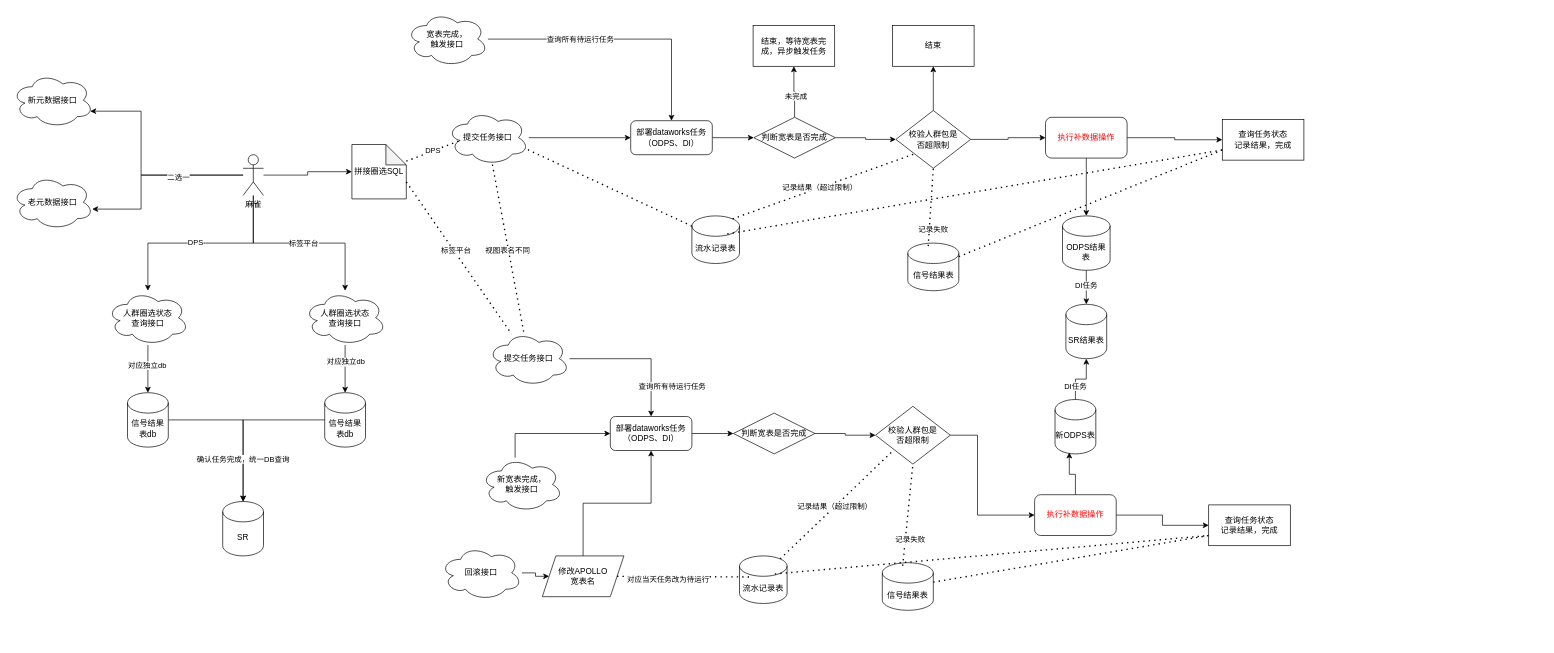
The draw.io diagram 人群圈选整体流程.drawio in 1418956397/JavaWeb-Project-Source-Share, before the edit. Source tidied: cells renumbered, new cells numbered last; positions are measured from the earlier drawing's top-left corner, leaving out a move shared by most shapes. Both pictures are drawn from the tidied source at 68%, with x=0, y=0 at pixel (12, 12).
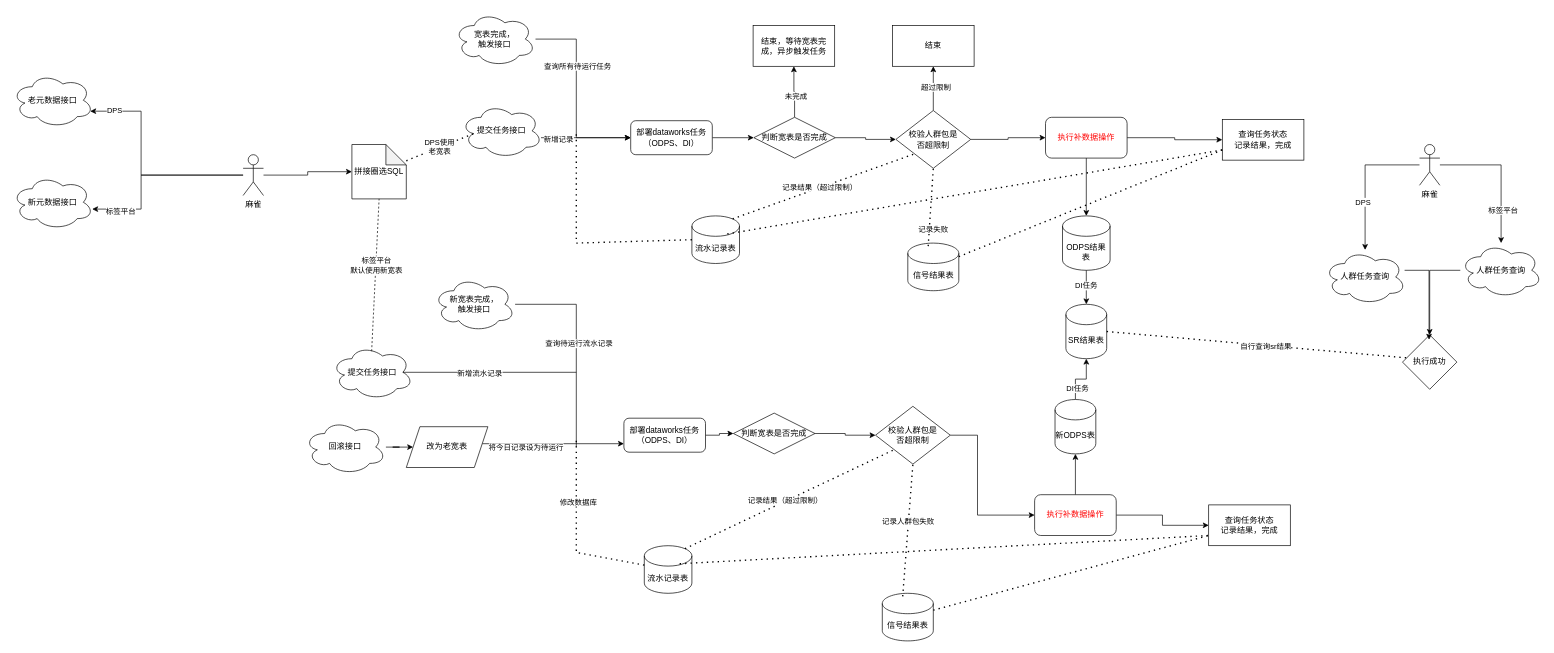
The same page after the edit.

Commit message:
更新人群圈选整体流程.drawio

The change refers to these unchanged cells:
```xml
<mxCell id="4" style="edgeStyle=orthogonalEdgeStyle;rounded=0;jettySize=auto;html=1;" parent="1" edge="1" target="3">
  <mxGeometry relative="1" as="geometry">
    <mxPoint x="340" y="240" as="sourcePoint" />
    <Array as="points">
      <mxPoint x="190" y="240" />
      <mxPoint x="190" y="290" />
    </Array>
  </mxGeometry>
</mxCell>
<mxCell id="6" value="麻雀" style="shape=umlActor;verticalLabelPosition=bottom;verticalAlign=top;html=1;outlineConnect=0;" parent="1" vertex="1">
  <mxGeometry x="340" y="210" width="30" height="60" as="geometry" />
</mxCell>
<mxCell id="7" style="edgeStyle=orthogonalEdgeStyle;rounded=0;jettySize=auto;html=1;entryX=0.96;entryY=0.7;entryDx=0;entryDy=0;entryPerimeter=0;" parent="1" edge="1" source="6" target="2">
  <mxGeometry relative="1" as="geometry">
    <Array as="points">
      <mxPoint x="190" y="240" />
      <mxPoint x="190" y="146" />
    </Array>
  </mxGeometry>
</mxCell>
<mxCell id="9" value="拼接圈选SQL" style="shape=note;whiteSpace=wrap;html=1;backgroundOutline=1;darkOpacity=0.05;" parent="1" vertex="1">
  <mxGeometry x="500" y="195" width="80" height="80" as="geometry" />
</mxCell>
<mxCell id="10" value="流水记录表" style="shape=cylinder3;whiteSpace=wrap;html=1;boundedLbl=1;backgroundOutline=1;size=15;" parent="1" vertex="1">
  <mxGeometry x="1000" y="300" width="70" height="70" as="geometry" />
</mxCell>
<mxCell id="19" value="部署dataworks任务&lt;div&gt;（ODPS、DI）&lt;/div&gt;" style="rounded=1;whiteSpace=wrap;html=1;" parent="1" vertex="1">
  <mxGeometry x="910" y="160" width="120" height="50" as="geometry" />
</mxCell>
<mxCell id="27" style="edgeStyle=orthogonalEdgeStyle;rounded=0;jettySize=auto;html=1;" parent="1" edge="1" source="29" target="30">
  <mxGeometry relative="1" as="geometry" />
</mxCell>
<mxCell id="60" value="SR结果表" style="shape=cylinder3;whiteSpace=wrap;html=1;boundedLbl=1;backgroundOutline=1;size=15;" parent="1" vertex="1">
  <mxGeometry x="1550" y="430" width="60" height="80" as="geometry" />
</mxCell>
<mxCell id="76" style="endArrow=none;dashed=1;html=1;dashPattern=1 3;strokeWidth=2;rounded=0;entryX=0.5;entryY=1;entryDx=0;entryDy=0;exitX=0.4;exitY=0.064;exitDx=0;exitDy=0;exitPerimeter=0;" parent="1" edge="1" source="75" target="72">
  <mxGeometry relative="1" as="geometry" />
</mxCell>
<mxCell id="79" value="&lt;font color=&quot;#ff0000&quot;&gt;执行补数据操作&lt;/font&gt;" style="rounded=1;whiteSpace=wrap;html=1;" parent="1" vertex="1">
  <mxGeometry x="1504" y="710" width="120" height="60" as="geometry" />
</mxCell>
```

What changed in the source:
```diff
@@
-    <mxCell id="2" value="新元数据接口" style="ellipse;shape=cloud;whiteSpace=wrap;html=1;" parent="1" vertex="1">
+    <mxCell id="2" value="老元数据接口" style="ellipse;shape=cloud;whiteSpace=wrap;html=1;" parent="1" vertex="1">
       <mxGeometry y="90" width="120" height="80" as="geometry" />
     </mxCell>
-    <mxCell id="3" value="老元数据接口" style="ellipse;shape=cloud;whiteSpace=wrap;html=1;" parent="1" vertex="1">
+    <mxCell id="3" value="新元数据接口" style="ellipse;shape=cloud;whiteSpace=wrap;html=1;" parent="1" vertex="1">
       <mxGeometry y="240" width="120" height="80" as="geometry" />
     </mxCell>
@@
+    <mxCell id="96" value="标签平台" style="edgeLabel;html=1;align=center;verticalAlign=middle;" parent="4" vertex="1">
+      <mxGeometry x="0.7" y="3" relative="1" as="geometry" />
+    </mxCell>
@@
-    <mxCell id="8" value="二选一" style="edgeLabel;html=1;align=center;verticalAlign=middle;" parent="7" vertex="1">
-      <mxGeometry x="-0.4" y="2" relative="1" as="geometry" />
-    </mxCell>
+    <mxCell id="97" value="DPS" style="edgeLabel;html=1;align=center;verticalAlign=middle;" parent="7" vertex="1">
+      <mxGeometry x="0.78" y="-2" relative="1" as="geometry" />
+    </mxCell>
@@
     <mxCell id="11" style="edgeStyle=orthogonalEdgeStyle;rounded=0;jettySize=auto;html=1;entryX=0;entryY=0.5;entryDx=0;entryDy=0;" parent="1" edge="1" source="12" target="19">
-      <mxGeometry relative="1" as="geometry" />
+      <mxGeometry relative="1" as="geometry">
+        <Array as="points">
+          <mxPoint x="810" y="185" />
+          <mxPoint x="810" y="185" />
+        </Array>
+      </mxGeometry>
     </mxCell>
+    <mxCell id="98" value="新增记录" style="edgeLabel;html=1;align=center;verticalAlign=middle;" parent="11" vertex="1">
+      <mxGeometry x="-0.62" y="-2" relative="1" as="geometry" />
+    </mxCell>
     <mxCell id="12" value="提交任务接口" style="ellipse;shape=cloud;whiteSpace=wrap;html=1;" parent="1" vertex="1">
-      <mxGeometry x="640" y="145" width="120" height="80" as="geometry" />
+      <mxGeometry x="660" y="135" width="120" height="80" as="geometry" />
     </mxCell>
-    <mxCell id="13" style="edgeStyle=orthogonalEdgeStyle;rounded=0;jettySize=auto;html=1;" parent="1" edge="1" source="14" target="68">
-      <mxGeometry relative="1" as="geometry" />
-    </mxCell>
     <mxCell id="14" value="提交任务接口" style="ellipse;shape=cloud;whiteSpace=wrap;html=1;" parent="1" vertex="1">
-      <mxGeometry x="700" y="470" width="120" height="80" as="geometry" />
+      <mxGeometry x="470" y="490" width="120" height="80" as="geometry" />
     </mxCell>
-    <mxCell id="15" value="DPS" style="endArrow=none;dashed=1;html=1;dashPattern=1 3;strokeWidth=2;rounded=0;entryX=0.16;entryY=0.55;entryDx=0;entryDy=0;entryPerimeter=0;" parent="1" edge="1" source="9" target="12">
+    <mxCell id="15" value="DPS使用&lt;div&gt;老宽表&lt;/div&gt;" style="endArrow=none;dashed=1;html=1;dashPattern=1 3;strokeWidth=2;rounded=0;entryX=0.16;entryY=0.55;entryDx=0;entryDy=0;entryPerimeter=0;" parent="1" edge="1" source="9" target="12">
       <mxGeometry relative="1" as="geometry" />
     </mxCell>
-    <mxCell id="16" style="endArrow=none;dashed=1;html=1;dashPattern=1 3;strokeWidth=2;rounded=0;exitX=0;exitY=0;exitDx=80;exitDy=55;exitPerimeter=0;" parent="1" edge="1" source="9" target="14">
-      <mxGeometry relative="1" as="geometry" />
-    </mxCell>
-    <mxCell id="17" value="标签平台" style="edgeLabel;html=1;align=center;verticalAlign=middle;" parent="16" vertex="1">
-      <mxGeometry x="-0.09" y="2" relative="1" as="geometry" />
-    </mxCell>
@@
-    <mxCell id="20" style="endArrow=none;dashed=1;html=1;dashPattern=1 3;strokeWidth=2;rounded=0;entryX=0.55;entryY=0.95;entryDx=0;entryDy=0;entryPerimeter=0;" parent="1" edge="1" source="14" target="12">
-      <mxGeometry relative="1" as="geometry" />
-    </mxCell>
-    <mxCell id="21" value="视图表名不同" style="edgeLabel;html=1;align=center;verticalAlign=middle;" parent="20" vertex="1">
-      <mxGeometry x="-0.04" y="2" relative="1" as="geometry" />
-    </mxCell>
@@
+    <mxCell id="99" value="超过限制" style="edgeLabel;html=1;align=center;verticalAlign=middle;" parent="27" vertex="1">
+      <mxGeometry x="0.08" y="-3" relative="1" as="geometry" />
+    </mxCell>
@@
-    <mxCell id="31" style="endArrow=none;dashed=1;html=1;dashPattern=1 3;strokeWidth=2;rounded=0;entryX=0.96;entryY=0.7;entryDx=0;entryDy=0;entryPerimeter=0;exitX=0;exitY=0;exitDx=0;exitDy=15;exitPerimeter=0;" parent="1" edge="1" source="10" target="12">
-      <mxGeometry relative="1" as="geometry" />
-    </mxCell>
@@
     <mxCell id="37" style="edgeStyle=orthogonalEdgeStyle;rounded=0;jettySize=auto;html=1;" parent="1" edge="1" source="39" target="19">
-      <mxGeometry relative="1" as="geometry" />
+      <mxGeometry relative="1" as="geometry">
+        <Array as="points">
+          <mxPoint x="830" y="40" />
+          <mxPoint x="830" y="185" />
+        </Array>
+      </mxGeometry>
     </mxCell>
@@
     <mxCell id="39" value="宽表完成，&lt;div&gt;触发接口&lt;/div&gt;" style="ellipse;shape=cloud;whiteSpace=wrap;html=1;" parent="1" vertex="1">
-      <mxGeometry x="580" width="120" height="80" as="geometry" />
+      <mxGeometry x="650" width="120" height="80" as="geometry" />
     </mxCell>
@@
-    <mxCell id="46" style="edgeStyle=orthogonalEdgeStyle;rounded=0;jettySize=auto;html=1;" parent="1" edge="1" source="48" target="57">
-      <mxGeometry relative="1" as="geometry" />
-    </mxCell>
-    <mxCell id="47" value="对应独立db" style="edgeLabel;html=1;align=center;verticalAlign=middle;" parent="46" vertex="1">
-      <mxGeometry x="-0.21" y="-2" relative="1" as="geometry">
-        <mxPoint y="1" as="offset" />
-      </mxGeometry>
-    </mxCell>
-    <mxCell id="48" value="人群圈选状态&lt;div&gt;查询接口&lt;/div&gt;" style="ellipse;shape=cloud;whiteSpace=wrap;html=1;" parent="1" vertex="1">
-      <mxGeometry x="140" y="410" width="120" height="80" as="geometry" />
-    </mxCell>
-    <mxCell id="49" style="edgeStyle=orthogonalEdgeStyle;rounded=0;jettySize=auto;html=1;" parent="1" edge="1" source="6" target="48">
-      <mxGeometry relative="1" as="geometry">
-        <Array as="points">
-          <mxPoint x="355" y="340" />
-          <mxPoint x="200" y="340" />
-        </Array>
-      </mxGeometry>
-    </mxCell>
-    <mxCell id="50" value="DPS" style="edgeLabel;html=1;align=center;verticalAlign=middle;" parent="49" vertex="1">
-      <mxGeometry x="0.06" y="-2" relative="1" as="geometry" />
-    </mxCell>
-    <mxCell id="51" style="edgeStyle=orthogonalEdgeStyle;rounded=0;jettySize=auto;html=1;" parent="1" edge="1" source="53" target="58">
-      <mxGeometry relative="1" as="geometry" />
-    </mxCell>
-    <mxCell id="52" value="对应独立db" style="edgeLabel;html=1;align=center;verticalAlign=middle;" parent="51" vertex="1">
-      <mxGeometry x="-0.33" relative="1" as="geometry">
-        <mxPoint y="1" as="offset" />
-      </mxGeometry>
-    </mxCell>
-    <mxCell id="53" value="人群圈选状态&lt;div&gt;查询接口&lt;/div&gt;" style="ellipse;shape=cloud;whiteSpace=wrap;html=1;" parent="1" vertex="1">
-      <mxGeometry x="430" y="410" width="120" height="80" as="geometry" />
-    </mxCell>
-    <mxCell id="54" style="edgeStyle=orthogonalEdgeStyle;rounded=0;jettySize=auto;html=1;" parent="1" edge="1" source="6" target="53">
-      <mxGeometry relative="1" as="geometry">
-        <Array as="points">
-          <mxPoint x="355" y="340" />
-          <mxPoint x="490" y="340" />
-        </Array>
-      </mxGeometry>
-    </mxCell>
-    <mxCell id="55" value="标签平台" style="edgeLabel;html=1;align=center;verticalAlign=middle;" parent="54" vertex="1">
-      <mxGeometry x="0.04" y="1" relative="1" as="geometry">
-        <mxPoint y="1" as="offset" />
-      </mxGeometry>
-    </mxCell>
-    <mxCell id="56" style="edgeStyle=orthogonalEdgeStyle;rounded=0;jettySize=auto;html=1;" parent="1" edge="1" source="57" target="63">
-      <mxGeometry relative="1" as="geometry" />
-    </mxCell>
-    <mxCell id="57" value="信号结果表db" style="shape=cylinder3;whiteSpace=wrap;html=1;boundedLbl=1;backgroundOutline=1;size=15;" parent="1" vertex="1">
-      <mxGeometry x="170" y="560" width="60" height="80" as="geometry" />
-    </mxCell>
-    <mxCell id="58" value="信号结果表db" style="shape=cylinder3;whiteSpace=wrap;html=1;boundedLbl=1;backgroundOutline=1;size=15;" parent="1" vertex="1">
-      <mxGeometry x="460" y="560" width="60" height="80" as="geometry" />
-    </mxCell>
@@
-    <mxCell id="63" value="SR" style="shape=cylinder3;whiteSpace=wrap;html=1;boundedLbl=1;backgroundOutline=1;size=15;" parent="1" vertex="1">
-      <mxGeometry x="310" y="720" width="60" height="80" as="geometry" />
-    </mxCell>
-    <mxCell id="64" style="edgeStyle=orthogonalEdgeStyle;rounded=0;jettySize=auto;html=1;entryX=0.5;entryY=0;entryDx=0;entryDy=0;entryPerimeter=0;" parent="1" edge="1" source="58" target="63">
-      <mxGeometry relative="1" as="geometry" />
-    </mxCell>
-    <mxCell id="65" value="确认任务完成，统一DB查询" style="edgeLabel;html=1;align=center;verticalAlign=middle;" parent="64" vertex="1">
-      <mxGeometry x="0.47" y="-1" relative="1" as="geometry">
-        <mxPoint y="1" as="offset" />
-      </mxGeometry>
-    </mxCell>
     <mxCell id="66" value="流水记录表" style="shape=cylinder3;whiteSpace=wrap;html=1;boundedLbl=1;backgroundOutline=1;size=15;" parent="1" vertex="1">
-      <mxGeometry x="1070" y="800" width="70" height="70" as="geometry" />
+      <mxGeometry x="930" y="785" width="70" height="70" as="geometry" />
     </mxCell>
@@
     <mxCell id="68" value="部署dataworks任务&lt;div&gt;（ODPS、DI）&lt;/div&gt;" style="rounded=1;whiteSpace=wrap;html=1;" parent="1" vertex="1">
-      <mxGeometry x="880" y="595" width="120" height="50" as="geometry" />
+      <mxGeometry x="900" y="597.5" width="120" height="50" as="geometry" />
     </mxCell>
@@
     <mxCell id="75" value="信号结果表" style="shape=cylinder3;whiteSpace=wrap;html=1;boundedLbl=1;backgroundOutline=1;size=15;" parent="1" vertex="1">
-      <mxGeometry x="1280" y="810" width="75" height="70" as="geometry" />
+      <mxGeometry x="1280" y="855" width="75" height="70" as="geometry" />
     </mxCell>
@@
-    <mxCell id="77" value="记录失败" style="edgeLabel;html=1;align=center;verticalAlign=middle;" parent="76" vertex="1">
+    <mxCell id="77" value="记录人群包失败" style="edgeLabel;html=1;align=center;verticalAlign=middle;" parent="76" vertex="1">
       <mxGeometry x="-0.17" y="-2" relative="1" as="geometry">
-        <mxPoint x="2" y="23" as="offset" />
+        <mxPoint x="-1" y="-29" as="offset" />
       </mxGeometry>
     </mxCell>
@@
+    <mxCell id="93" style="edgeStyle=orthogonalEdgeStyle;rounded=0;jettySize=auto;html=1;" parent="1" edge="1" source="79" target="92">
+      <mxGeometry relative="1" as="geometry" />
+    </mxCell>
@@
-    <mxCell id="83" value="查询所有待运行任务" style="edgeLabel;html=1;align=center;verticalAlign=middle;" parent="1" vertex="1">
-      <mxGeometry x="970" y="550" as="geometry" />
-    </mxCell>
-    <mxCell id="84" style="edgeStyle=orthogonalEdgeStyle;rounded=0;jettySize=auto;html=1;entryX=0;entryY=0.5;entryDx=0;entryDy=0;" parent="1" edge="1" source="85" target="68">
-      <mxGeometry relative="1" as="geometry">
-        <Array as="points">
-          <mxPoint x="740" y="620" />
-        </Array>
-      </mxGeometry>
-    </mxCell>
     <mxCell id="85" value="新宽表完成，&lt;div&gt;触发接口&lt;/div&gt;" style="ellipse;shape=cloud;whiteSpace=wrap;html=1;" parent="1" vertex="1">
-      <mxGeometry x="690" y="655" width="120" height="80" as="geometry" />
+      <mxGeometry x="620" y="390" width="120" height="80" as="geometry" />
     </mxCell>
@@
     <mxCell id="87" value="回滚接口" style="ellipse;shape=cloud;whiteSpace=wrap;html=1;" parent="1" vertex="1">
-      <mxGeometry x="630" y="785" width="120" height="80" as="geometry" />
+      <mxGeometry x="430" y="600" width="120" height="80" as="geometry" />
     </mxCell>
-    <mxCell id="88" style="edgeStyle=orthogonalEdgeStyle;rounded=0;jettySize=auto;html=1;entryX=0.5;entryY=1;entryDx=0;entryDy=0;" parent="1" edge="1" source="89" target="68">
-      <mxGeometry relative="1" as="geometry" />
+    <mxCell id="88" style="edgeStyle=orthogonalEdgeStyle;rounded=0;jettySize=auto;html=1;entryX=0;entryY=0.75;entryDx=0;entryDy=0;" parent="1" edge="1" source="89" target="68">
+      <mxGeometry relative="1" as="geometry">
+        <Array as="points">
+          <mxPoint x="810" y="635" />
+          <mxPoint x="810" y="635" />
+        </Array>
+      </mxGeometry>
     </mxCell>
+    <mxCell id="100" value="将今日记录设为待运行" style="edgeLabel;html=1;align=center;verticalAlign=middle;" parent="88" vertex="1">
+      <mxGeometry x="-0.45" y="-1" relative="1" as="geometry">
+        <mxPoint x="7" y="4" as="offset" />
+      </mxGeometry>
+    </mxCell>
-    <mxCell id="89" value="修改APOLLO&lt;div&gt;宽表名&lt;/div&gt;" style="shape=parallelogram;perimeter=parallelogramPerimeter;whiteSpace=wrap;html=1;fixedSize=1;" parent="1" vertex="1">
-      <mxGeometry x="780" y="800" width="120" height="60" as="geometry" />
+    <mxCell id="89" value="改为老宽表" style="shape=parallelogram;perimeter=parallelogramPerimeter;whiteSpace=wrap;html=1;fixedSize=1;" parent="1" vertex="1">
+      <mxGeometry x="580" y="610" width="120" height="60" as="geometry" />
     </mxCell>
-    <mxCell id="90" style="endArrow=none;dashed=1;html=1;dashPattern=1 3;strokeWidth=2;rounded=0;exitX=1;exitY=0.5;exitDx=0;exitDy=0;entryX=0.257;entryY=0.443;entryDx=0;entryDy=0;entryPerimeter=0;" parent="1" edge="1" source="89" target="66">
-      <mxGeometry relative="1" as="geometry" />
-    </mxCell>
-    <mxCell id="91" value="对应当天任务改为待运行" style="edgeLabel;html=1;align=center;verticalAlign=middle;" parent="90" vertex="1">
-      <mxGeometry x="-0.24" y="-4" relative="1" as="geometry" />
-    </mxCell>
-    <mxCell id="92" value="新ODPS表" style="shape=cylinder3;whiteSpace=wrap;html=1;boundedLbl=1;backgroundOutline=1;size=15;" parent="1" vertex="1">
-      <mxGeometry x="1534" y="570" width="60" height="80" as="geometry" />
-    </mxCell>
-    <mxCell id="93" style="edgeStyle=orthogonalEdgeStyle;rounded=0;jettySize=auto;html=1;entryX=0.35;entryY=0.975;entryDx=0;entryDy=0;entryPerimeter=0;" parent="1" edge="1" source="79" target="92">
-      <mxGeometry relative="1" as="geometry" />
-    </mxCell>
-    <mxCell id="94" style="edgeStyle=orthogonalEdgeStyle;rounded=0;jettySize=auto;html=1;entryX=0.5;entryY=1;entryDx=0;entryDy=0;entryPerimeter=0;" parent="1" edge="1" source="92" target="60">
+    <mxCell id="94" style="edgeStyle=orthogonalEdgeStyle;rounded=0;jettySize=auto;html=1;" parent="1" edge="1" source="92" target="60">
       <mxGeometry relative="1" as="geometry" />
     </mxCell>
     <mxCell id="95" value="DI任务" style="edgeLabel;html=1;align=center;verticalAlign=middle;" parent="94" vertex="1">
-      <mxGeometry x="-0.47" y="1" relative="1" as="geometry" />
+      <mxGeometry x="-0.55" y="-2" relative="1" as="geometry" />
     </mxCell>
+    <mxCell id="92" value="新ODPS表" style="shape=cylinder3;whiteSpace=wrap;html=1;boundedLbl=1;backgroundOutline=1;size=15;" parent="1" vertex="1">
+      <mxGeometry x="1534" y="570" width="60" height="80" as="geometry" />
+    </mxCell>
+    <mxCell id="101" style="edgeStyle=orthogonalEdgeStyle;rounded=0;jettySize=auto;html=1;" parent="1" edge="1" source="105" target="106">
+      <mxGeometry relative="1" as="geometry" />
+    </mxCell>
+    <mxCell id="102" value="DPS" style="edgeLabel;html=1;align=center;verticalAlign=middle;" parent="101" vertex="1">
+      <mxGeometry x="0.31" y="-4" relative="1" as="geometry" />
+    </mxCell>
+    <mxCell id="103" style="edgeStyle=orthogonalEdgeStyle;rounded=0;jettySize=auto;html=1;" parent="1" edge="1" source="105" target="108">
+      <mxGeometry relative="1" as="geometry" />
+    </mxCell>
+    <mxCell id="104" value="标签平台" style="edgeLabel;html=1;align=center;verticalAlign=middle;" parent="103" vertex="1">
+      <mxGeometry x="0.52" y="2" relative="1" as="geometry" />
+    </mxCell>
+    <mxCell id="105" value="麻雀" style="shape=umlActor;verticalLabelPosition=bottom;verticalAlign=top;html=1;outlineConnect=0;" parent="1" vertex="1">
+      <mxGeometry x="2070" y="195" width="30" height="60" as="geometry" />
+    </mxCell>
+    <mxCell id="106" value="人群任务查询" style="ellipse;shape=cloud;whiteSpace=wrap;html=1;" parent="1" vertex="1">
+      <mxGeometry x="1930" y="350" width="120" height="80" as="geometry" />
+    </mxCell>
+    <mxCell id="107" style="edgeStyle=orthogonalEdgeStyle;rounded=0;jettySize=auto;html=1;entryX=0.5;entryY=0;entryDx=0;entryDy=0;" parent="1" edge="1" source="108" target="109">
+      <mxGeometry relative="1" as="geometry" />
+    </mxCell>
+    <mxCell id="108" value="人群任务查询" style="ellipse;shape=cloud;whiteSpace=wrap;html=1;" parent="1" vertex="1">
+      <mxGeometry x="2130" y="340" width="120" height="80" as="geometry" />
+    </mxCell>
+    <mxCell id="109" value="执行成功" style="rhombus;whiteSpace=wrap;html=1;" parent="1" vertex="1">
+      <mxGeometry x="2045" y="475" width="80" height="80" as="geometry" />
+    </mxCell>
+    <mxCell id="110" style="edgeStyle=orthogonalEdgeStyle;rounded=0;jettySize=auto;html=1;entryX=0.488;entryY=0.088;entryDx=0;entryDy=0;entryPerimeter=0;" parent="1" edge="1" source="106" target="109">
+      <mxGeometry relative="1" as="geometry">
+        <Array as="points">
+          <mxPoint x="2084" y="380" />
+        </Array>
+      </mxGeometry>
+    </mxCell>
+    <mxCell id="111" style="endArrow=none;dashed=1;html=1;dashPattern=1 3;strokeWidth=2;rounded=0;exitX=1;exitY=0.5;exitDx=0;exitDy=0;exitPerimeter=0;entryX=0.113;entryY=0.425;entryDx=0;entryDy=0;entryPerimeter=0;" parent="1" edge="1" source="60" target="109">
+      <mxGeometry relative="1" as="geometry" />
+    </mxCell>
+    <mxCell id="112" value="自行查询sr结果" style="edgeLabel;html=1;align=center;verticalAlign=middle;" parent="111" vertex="1">
+      <mxGeometry x="0.05" y="-1" relative="1" as="geometry" />
+    </mxCell>
+    <mxCell id="113" style="endArrow=none;html=1;rounded=0;exitX=0.875;exitY=0.5;exitDx=0;exitDy=0;exitPerimeter=0;" parent="1" edge="1" source="14">
+      <mxGeometry relative="1" as="geometry">
+        <mxPoint x="830" y="530" as="targetPoint" />
+      </mxGeometry>
+    </mxCell>
+    <mxCell id="114" value="新增流水记录" style="edgeLabel;html=1;align=center;verticalAlign=middle;" parent="113" vertex="1">
+      <mxGeometry x="-0.12" y="-1" relative="1" as="geometry" />
+    </mxCell>
+    <mxCell id="115" style="endArrow=none;html=1;rounded=0;" parent="1" edge="1" source="85">
+      <mxGeometry relative="1" as="geometry">
+        <mxPoint x="830" y="640" as="targetPoint" />
+        <Array as="points">
+          <mxPoint x="830" y="430" />
+        </Array>
+      </mxGeometry>
+    </mxCell>
+    <mxCell id="116" value="查询待运行流水记录" style="edgeLabel;html=1;align=center;verticalAlign=middle;" parent="115" vertex="1">
+      <mxGeometry x="-0.02" y="3" relative="1" as="geometry" />
+    </mxCell>
+    <mxCell id="117" style="endArrow=none;dashed=1;html=1;dashPattern=1 3;strokeWidth=2;rounded=0;" parent="1" edge="1" source="66">
+      <mxGeometry relative="1" as="geometry">
+        <mxPoint x="830" y="630" as="targetPoint" />
+        <Array as="points">
+          <mxPoint x="830" y="795" />
+        </Array>
+      </mxGeometry>
+    </mxCell>
+    <mxCell id="118" value="修改数据库" style="edgeLabel;html=1;align=center;verticalAlign=middle;" parent="117" vertex="1">
+      <mxGeometry x="0.32" y="-2" relative="1" as="geometry" />
+    </mxCell>
+    <mxCell id="119" style="endArrow=none;dashed=1;html=1;dashPattern=1 3;strokeWidth=2;rounded=0;exitX=0;exitY=0.5;exitDx=0;exitDy=0;exitPerimeter=0;" parent="1" edge="1" source="10">
+      <mxGeometry relative="1" as="geometry">
+        <mxPoint x="830" y="180" as="targetPoint" />
+        <Array as="points">
+          <mxPoint x="830" y="340" />
+        </Array>
+      </mxGeometry>
+    </mxCell>
+    <mxCell id="120" style="endArrow=none;dashed=1;html=1;rounded=0;entryX=0.5;entryY=1;entryDx=0;entryDy=0;entryPerimeter=0;exitX=0.492;exitY=0.113;exitDx=0;exitDy=0;exitPerimeter=0;" parent="1" edge="1" source="14" target="9">
+      <mxGeometry relative="1" as="geometry" />
+    </mxCell>
+    <mxCell id="121" value="标签平台&lt;div&gt;默认使用新宽表&lt;/div&gt;" style="edgeLabel;html=1;align=center;verticalAlign=middle;" parent="120" vertex="1">
+      <mxGeometry x="0.13" relative="1" as="geometry" />
+    </mxCell>
```
